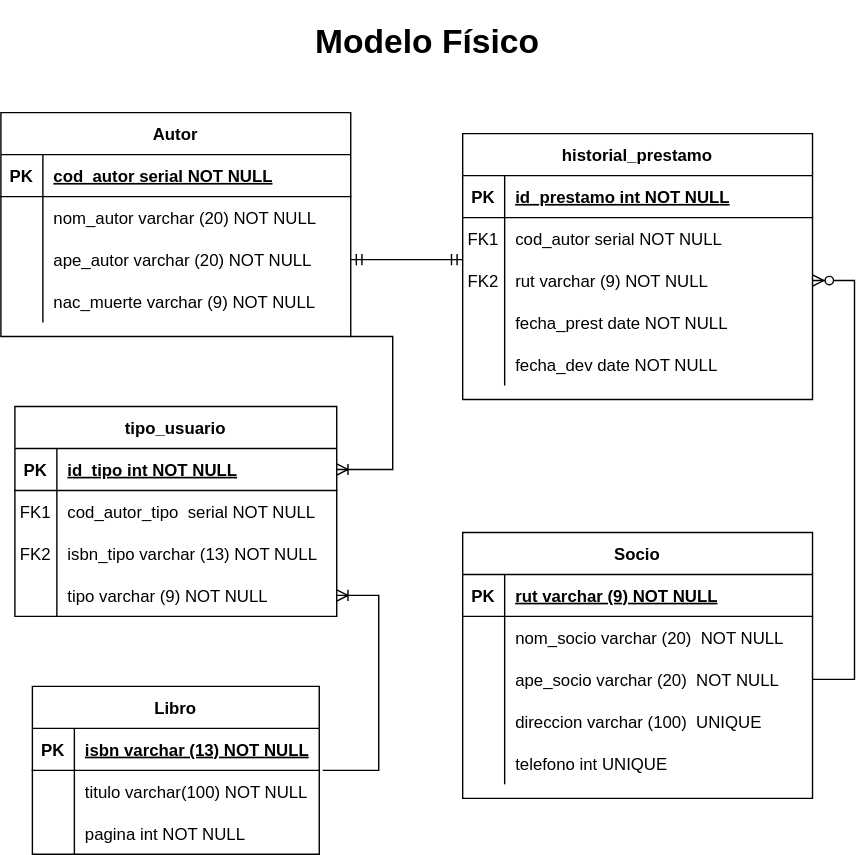
Earlier version of the draw.io export Modelo fisico.drawio.svg (FranSantander/-Biblioteca). Source tidied: cells renumbered, new cells last; positions are measured from the earlier drawing's top-left corner, leaving out a move shared by most shapes.
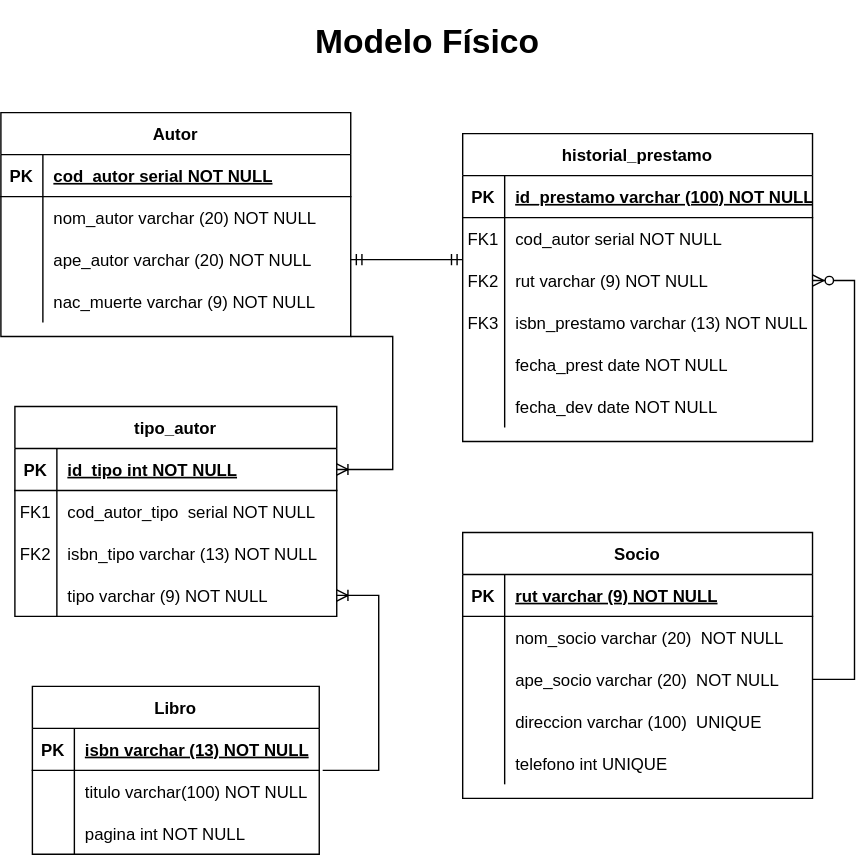
Above is the later version.

What changed in the source:
```diff
@@ -9,7 +9,7 @@
       </mxGeometry>
     </mxCell>
     <mxCell id="3" value="historial_prestamo" style="shape=table;startSize=30;rowLines=0;fontStyle=1;align=center;" parent="1" vertex="1">
-      <mxGeometry x="330" y="85" width="250" height="190" as="geometry" />
+      <mxGeometry x="330" y="85" width="250" height="220" as="geometry" />
     </mxCell>
     <mxCell id="4" style="shape=partialRectangle;fillColor=none;top=0;left=0;right=0;bottom=1;" parent="3" vertex="1">
       <mxGeometry y="30" width="250" height="30" as="geometry" />
@@ -17,7 +17,7 @@
     <mxCell id="5" value="PK" style="shape=partialRectangle;overflow=hidden;fillColor=none;top=0;left=0;bottom=0;right=0;fontStyle=1;" parent="4" vertex="1">
       <mxGeometry width="30" height="30" as="geometry" />
     </mxCell>
-    <mxCell id="6" value="id_prestamo int NOT NULL " style="shape=partialRectangle;overflow=hidden;fillColor=none;top=0;left=0;bottom=0;right=0;align=left;spacingLeft=6;fontStyle=5;" parent="4" vertex="1">
+    <mxCell id="6" value="id_prestamo varchar (100) NOT NULL" style="shape=partialRectangle;overflow=hidden;fillColor=none;top=0;left=0;bottom=0;right=0;align=left;spacingLeft=6;fontStyle=5;" parent="4" vertex="1">
       <mxGeometry x="30" width="220" height="30" as="geometry" />
     </mxCell>
     <mxCell id="7" style="shape=partialRectangle;fillColor=none;top=0;left=0;right=0;bottom=0;" parent="3" vertex="1">
@@ -38,8 +38,17 @@
     <mxCell id="12" value="rut varchar (9) NOT NULL" style="shape=partialRectangle;overflow=hidden;fillColor=none;top=0;left=0;bottom=0;right=0;align=left;spacingLeft=6;" parent="10" vertex="1">
       <mxGeometry x="30" width="220" height="30" as="geometry" />
     </mxCell>
+    <mxCell id="75" style="shape=partialRectangle;fillColor=none;top=0;left=0;right=0;bottom=0;" parent="3" vertex="1">
+      <mxGeometry y="120" width="250" height="30" as="geometry" />
+    </mxCell>
+    <mxCell id="76" value="FK3" style="shape=partialRectangle;overflow=hidden;fillColor=none;top=0;left=0;bottom=0;right=0;" parent="75" vertex="1">
+      <mxGeometry width="30" height="30" as="geometry" />
+    </mxCell>
+    <mxCell id="77" value="isbn_prestamo varchar (13) NOT NULL" style="shape=partialRectangle;overflow=hidden;fillColor=none;top=0;left=0;bottom=0;right=0;align=left;spacingLeft=6;" parent="75" vertex="1">
+      <mxGeometry x="30" width="220" height="30" as="geometry" />
+    </mxCell>
     <mxCell id="13" style="shape=partialRectangle;fillColor=none;top=0;left=0;right=0;bottom=0;" parent="3" vertex="1">
-      <mxGeometry y="120" width="250" height="30" as="geometry" />
+      <mxGeometry y="150" width="250" height="30" as="geometry" />
     </mxCell>
     <mxCell id="14" style="shape=partialRectangle;overflow=hidden;fillColor=none;top=0;left=0;bottom=0;right=0;" parent="13" vertex="1">
       <mxGeometry width="30" height="30" as="geometry" />
@@ -48,7 +57,7 @@
       <mxGeometry x="30" width="220" height="30" as="geometry" />
     </mxCell>
     <mxCell id="16" style="shape=partialRectangle;fillColor=none;top=0;left=0;right=0;bottom=0;" parent="3" vertex="1">
-      <mxGeometry y="150" width="250" height="30" as="geometry" />
+      <mxGeometry y="180" width="250" height="30" as="geometry" />
     </mxCell>
     <mxCell id="17" style="shape=partialRectangle;overflow=hidden;fillColor=none;top=0;left=0;bottom=0;right=0;" parent="16" vertex="1">
       <mxGeometry width="30" height="30" as="geometry" />
@@ -176,7 +185,7 @@
     <mxCell id="58" value="pagina int NOT NULL" style="shape=partialRectangle;overflow=hidden;fillColor=none;top=0;left=0;bottom=0;right=0;align=left;spacingLeft=6;" parent="56" vertex="1">
       <mxGeometry x="30" width="175" height="30" as="geometry" />
     </mxCell>
-    <mxCell id="59" value="tipo_usuario" style="shape=table;startSize=30;rowLines=0;fontStyle=1;align=center;" parent="1" vertex="1">
+    <mxCell id="59" value="tipo_autor" style="shape=table;startSize=30;rowLines=0;fontStyle=1;align=center;" parent="1" vertex="1">
       <mxGeometry x="10" y="280" width="230" height="150" as="geometry" />
     </mxCell>
     <mxCell id="60" style="shape=tableRow;horizontal=0;startSize=0;swimlaneHead=0;swimlaneBody=0;fillColor=none;points=[[0,0.5],[1,0.5]];portConstraint=eastwest;top=0;left=0;right=0;bottom=1;" parent="59" vertex="1">
```
